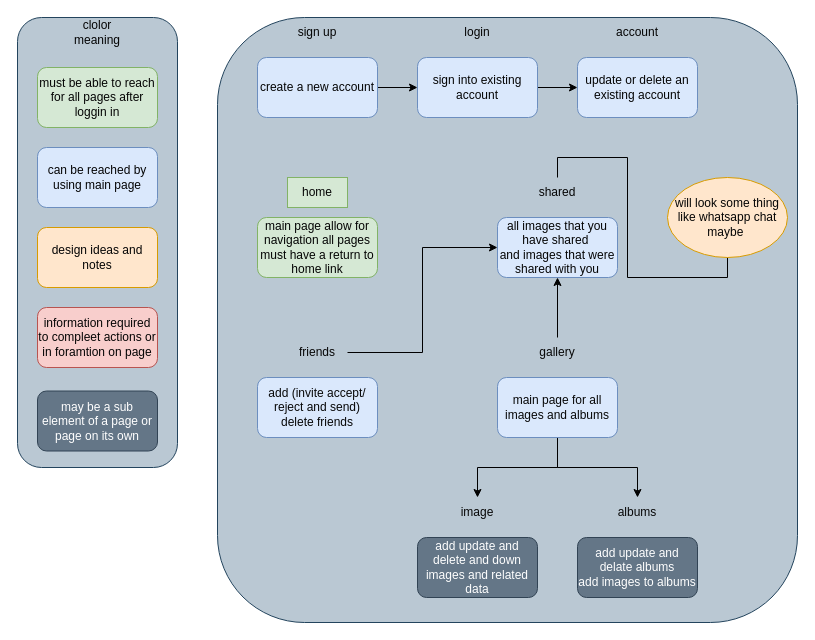
Earlier version of the draw.io diagram planning/web page planning.drawio (LordVeggie/cmpg323-project2). Source tidied: cells renumbered, new cells numbered last; positions are measured from the earlier drawing's top-left corner, leaving out a move shared by most shapes. Both pictures are drawn from the tidied source at 100%, with x=0, y=0 at pixel (17, 17).
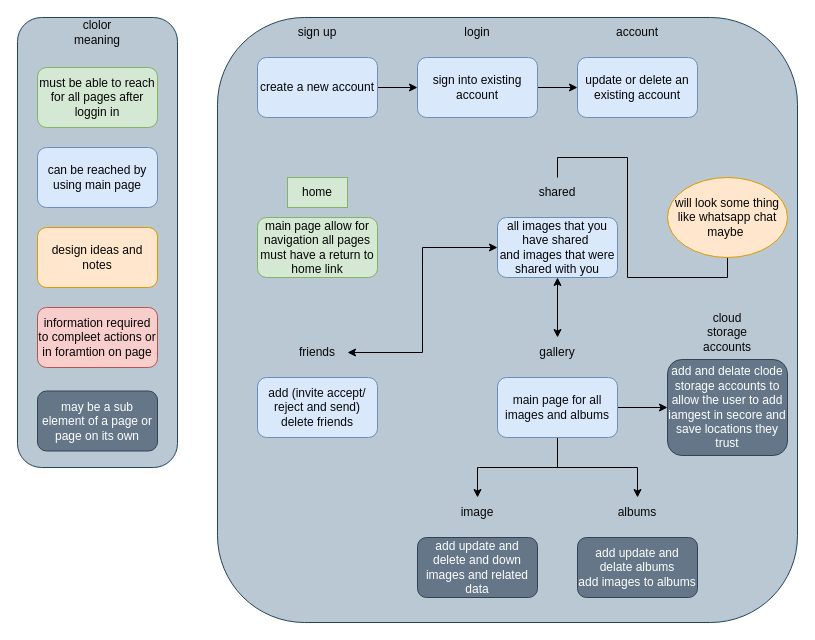
Above is the later version.

Unchanged cells that the change refers to:
```xml
<mxCell id="14" value="friends" style="text;html=1;strokeColor=none;fillColor=none;align=center;verticalAlign=middle;whiteSpace=wrap;rounded=0;fontColor=#080808;" parent="1" vertex="1">
  <mxGeometry x="270" y="320" width="60" height="30" as="geometry" />
</mxCell>
<mxCell id="23" value="main page for all images and albums" style="rounded=1;whiteSpace=wrap;html=1;fillColor=#dae8fc;strokeColor=#6c8ebf;fontColor=#080808;" parent="1" vertex="1">
  <mxGeometry x="480" y="360" width="120" height="60" as="geometry" />
</mxCell>
<mxCell id="25" value="gallery" style="text;html=1;strokeColor=none;fillColor=none;align=center;verticalAlign=middle;whiteSpace=wrap;rounded=0;fontColor=#080808;" parent="1" vertex="1">
  <mxGeometry x="510" y="320" width="60" height="30" as="geometry" />
</mxCell>
<mxCell id="26" value="all images that you have shared&amp;nbsp;&lt;br&gt;and images that were shared with you" style="rounded=1;whiteSpace=wrap;html=1;fillColor=#dae8fc;strokeColor=#6c8ebf;fontColor=#050505;" parent="1" vertex="1">
  <mxGeometry x="480" y="200" width="120" height="60" as="geometry" />
</mxCell>
```

Change to the diagram source:
```diff
@@
-    <mxCell id="13" style="edgeStyle=orthogonalEdgeStyle;rounded=0;jettySize=auto;html=1;entryX=0;entryY=0.5;entryDx=0;entryDy=0;endArrow=classic;endFill=1;fontColor=#050505;" parent="1" edge="1" source="14" target="26">
+    <mxCell id="13" style="edgeStyle=orthogonalEdgeStyle;rounded=0;jettySize=auto;html=1;entryX=0;entryY=0.5;entryDx=0;entryDy=0;endArrow=classic;endFill=1;fontColor=#050505;startArrow=classic;startFill=1;" parent="1" edge="1" source="14" target="26">
       <mxGeometry relative="1" as="geometry" />
     </mxCell>
@@
+    <mxCell id="36" style="edgeStyle=orthogonalEdgeStyle;rounded=0;jettySize=auto;html=1;exitX=1;exitY=0.5;exitDx=0;exitDy=0;entryX=0;entryY=0.5;entryDx=0;entryDy=0;fontColor=#080808;" parent="1" edge="1" source="23" target="37">
+      <mxGeometry relative="1" as="geometry" />
+    </mxCell>
@@
-    <mxCell id="24" style="edgeStyle=orthogonalEdgeStyle;rounded=0;jettySize=auto;html=1;entryX=0.5;entryY=1;entryDx=0;entryDy=0;endArrow=classic;endFill=1;fontColor=#050505;" parent="1" edge="1" source="25" target="26">
+    <mxCell id="24" style="edgeStyle=orthogonalEdgeStyle;rounded=0;jettySize=auto;html=1;entryX=0.5;entryY=1;entryDx=0;entryDy=0;endArrow=classic;endFill=1;fontColor=#050505;startArrow=classic;startFill=1;" parent="1" edge="1" source="25" target="26">
       <mxGeometry relative="1" as="geometry" />
     </mxCell>
@@
+    <mxCell id="37" value="add and delate clode storage accounts to allow the user to add iamgest in secore and save locations they trust" style="rounded=1;whiteSpace=wrap;html=1;fillColor=#647687;strokeColor=#314354;fontColor=#ffffff;" parent="1" vertex="1">
+      <mxGeometry x="650" y="342" width="120" height="96" as="geometry" />
+    </mxCell>
+    <mxCell id="38" value="cloud storage accounts" style="text;html=1;strokeColor=none;fillColor=none;align=center;verticalAlign=middle;whiteSpace=wrap;rounded=0;fontColor=#080808;" parent="1" vertex="1">
+      <mxGeometry x="680" y="300" width="60" height="30" as="geometry" />
+    </mxCell>
```
